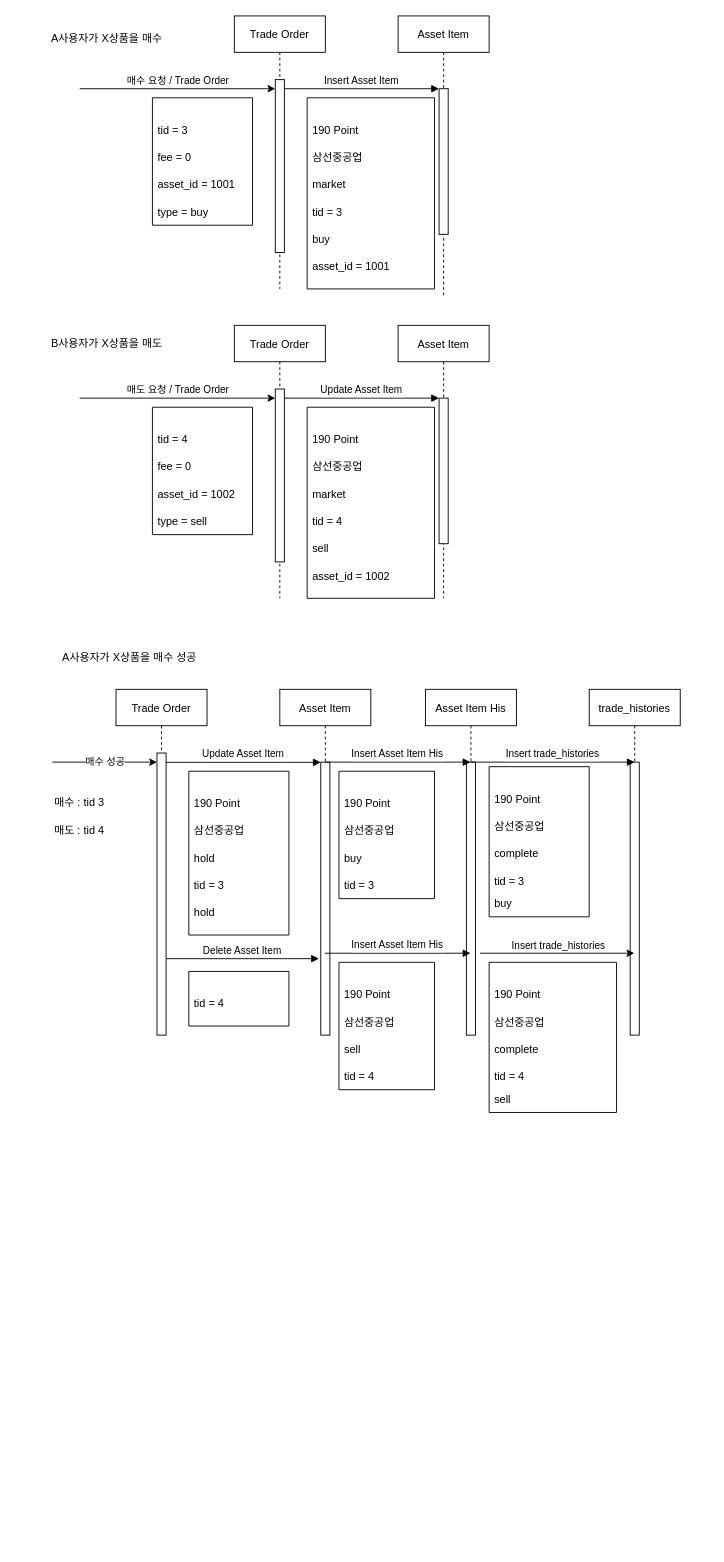
Above: Untitled Diagram.drawio in kimdongjang/simulate_invest (draw.io), before the change. Source tidied: cells renumbered, new cells numbered last; positions are measured from the earlier drawing's top-left corner, leaving out a move shared by most shapes. Both pictures are drawn from the tidied source at 91%, with x=0, y=0 at pixel (15, 15).
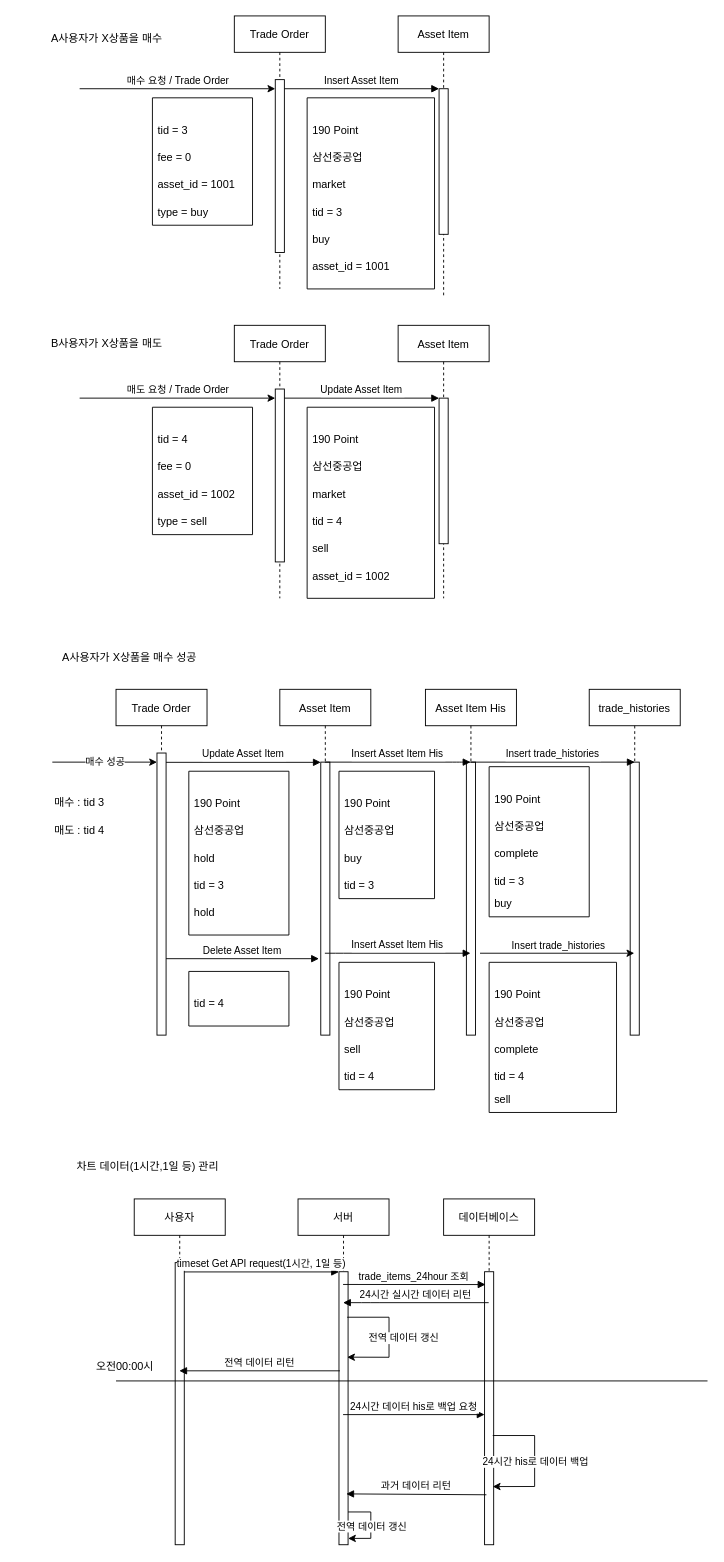
The same page after the edit.

Change to the diagram source:
```diff
@@
+    <mxCell id="89" value="사용자" style="shape=umlLifeline;perimeter=lifelinePerimeter;rounded=0;shadow=0;strokeWidth=1;" parent="1" vertex="1">
+      <mxGeometry x="130" y="1300" width="100" height="380" as="geometry" />
+    </mxCell>
+    <mxCell id="90" style="points=[];perimeter=orthogonalPerimeter;rounded=0;shadow=0;strokeWidth=1;" parent="89" vertex="1">
+      <mxGeometry x="45" y="70" width="10" height="310" as="geometry" />
+    </mxCell>
+    <mxCell id="91" value="서버" style="shape=umlLifeline;perimeter=lifelinePerimeter;rounded=0;shadow=0;strokeWidth=1;" parent="1" vertex="1">
+      <mxGeometry x="310" y="1300" width="100" height="380" as="geometry" />
+    </mxCell>
+    <mxCell id="92" style="points=[];perimeter=orthogonalPerimeter;rounded=0;shadow=0;strokeWidth=1;" parent="91" vertex="1">
+      <mxGeometry x="45" y="80" width="10" height="300" as="geometry" />
+    </mxCell>
+    <mxCell id="93" style="endArrow=classic;html=1;rounded=0;entryX=0.9;entryY=0.313;entryDx=0;entryDy=0;entryPerimeter=0;" parent="91" edge="1" target="92">
+      <mxGeometry relative="1" as="geometry">
+        <mxPoint x="54" y="130" as="sourcePoint" />
+        <Array as="points">
+          <mxPoint x="100" y="130" />
+          <mxPoint x="100" y="174" />
+        </Array>
+      </mxGeometry>
+    </mxCell>
+    <mxCell id="94" value="전역 데이터 갱신" style="edgeLabel;html=1;align=center;verticalAlign=middle;" parent="93" vertex="1">
+      <mxGeometry relative="1" as="geometry">
+        <mxPoint x="15" as="offset" />
+      </mxGeometry>
+    </mxCell>
+    <mxCell id="95" style="endArrow=classic;html=1;rounded=0;exitX=1;exitY=0.88;exitDx=0;exitDy=0;exitPerimeter=0;entryX=1;entryY=0.977;entryDx=0;entryDy=0;entryPerimeter=0;" parent="91" edge="1" source="92" target="92">
+      <mxGeometry relative="1" as="geometry">
+        <Array as="points">
+          <mxPoint x="80" y="344" />
+          <mxPoint x="80" y="373" />
+        </Array>
+      </mxGeometry>
+    </mxCell>
+    <mxCell id="96" value="전역 데이터 갱신" style="edgeLabel;html=1;align=center;verticalAlign=middle;" parent="95" vertex="1">
+      <mxGeometry relative="1" as="geometry" />
+    </mxCell>
+    <mxCell id="97" value="timeset Get API request(1시간, 1일 등)" style="verticalAlign=bottom;endArrow=block;shadow=0;strokeWidth=1;exitX=1;exitY=0.033;exitDx=0;exitDy=0;exitPerimeter=0;" parent="1" edge="1" source="90" target="92">
+      <mxGeometry relative="1" as="geometry" />
+    </mxCell>
+    <mxCell id="98" value="차트 데이터(1시간,1일 등) 관리" style="text;html=1;strokeColor=none;fillColor=none;align=center;verticalAlign=middle;whiteSpace=wrap;rounded=0;" parent="1" vertex="1">
+      <mxGeometry x="60" y="1250" width="170" height="30" as="geometry" />
+    </mxCell>
+    <mxCell id="99" value="데이터베이스" style="shape=umlLifeline;perimeter=lifelinePerimeter;rounded=0;shadow=0;strokeWidth=1;" parent="1" vertex="1">
+      <mxGeometry x="470" y="1300" width="100" height="380" as="geometry" />
+    </mxCell>
+    <mxCell id="100" style="points=[];perimeter=orthogonalPerimeter;rounded=0;shadow=0;strokeWidth=1;" parent="99" vertex="1">
+      <mxGeometry x="45" y="80" width="10" height="300" as="geometry" />
+    </mxCell>
+    <mxCell id="101" style="endArrow=classic;html=1;rounded=0;entryX=0.9;entryY=0.787;entryDx=0;entryDy=0;entryPerimeter=0;exitX=0.9;exitY=0.6;exitDx=0;exitDy=0;exitPerimeter=0;" parent="99" edge="1" source="100" target="100">
+      <mxGeometry relative="1" as="geometry">
+        <Array as="points">
+          <mxPoint x="100" y="260" />
+          <mxPoint x="100" y="316" />
+        </Array>
+      </mxGeometry>
+    </mxCell>
+    <mxCell id="102" value="24시간 his로 데이터 백업" style="edgeLabel;html=1;align=center;verticalAlign=middle;" parent="101" vertex="1">
+      <mxGeometry relative="1" as="geometry" />
+    </mxCell>
+    <mxCell id="103" value="24시간 데이터 his로 백업 요청" style="verticalAlign=bottom;endArrow=block;shadow=0;strokeWidth=1;" parent="1" edge="1" source="91" target="100">
+      <mxGeometry relative="1" as="geometry">
+        <Array as="points">
+          <mxPoint x="360" y="1537" />
+        </Array>
+      </mxGeometry>
+    </mxCell>
+    <mxCell id="104" value="24시간 실시간 데이터 리턴" style="verticalAlign=bottom;endArrow=block;shadow=0;strokeWidth=1;" parent="1" edge="1" source="99" target="91">
+      <mxGeometry relative="1" as="geometry">
+        <Array as="points">
+          <mxPoint x="390" y="1414" />
+        </Array>
+      </mxGeometry>
+    </mxCell>
+    <mxCell id="105" value="전역 데이터 리턴" style="verticalAlign=bottom;endArrow=block;shadow=0;strokeWidth=1;exitX=0.1;exitY=0.363;exitDx=0;exitDy=0;exitPerimeter=0;" parent="1" edge="1" source="92" target="89">
+      <mxGeometry relative="1" as="geometry" />
+    </mxCell>
+    <mxCell id="106" style="endArrow=none;html=1;rounded=0;" parent="1" edge="1">
+      <mxGeometry relative="1" as="geometry">
+        <mxPoint x="110" y="1500" as="sourcePoint" />
+        <mxPoint x="760" y="1500" as="targetPoint" />
+      </mxGeometry>
+    </mxCell>
+    <mxCell id="107" value="오전00:00시" style="text;html=1;strokeColor=none;fillColor=none;align=center;verticalAlign=middle;whiteSpace=wrap;rounded=0;" parent="1" vertex="1">
+      <mxGeometry x="80" y="1470" width="80" height="30" as="geometry" />
+    </mxCell>
+    <mxCell id="108" value="trade_items_24hour 조회" style="verticalAlign=bottom;endArrow=block;shadow=0;strokeWidth=1;entryX=0.1;entryY=0.047;entryDx=0;entryDy=0;entryPerimeter=0;" parent="1" edge="1" source="91" target="100">
+      <mxGeometry relative="1" as="geometry">
+        <Array as="points">
+          <mxPoint x="360" y="1394" />
+        </Array>
+      </mxGeometry>
+    </mxCell>
+    <mxCell id="109" value="과거 데이터 리턴" style="verticalAlign=bottom;endArrow=block;shadow=0;strokeWidth=1;exitX=0.2;exitY=0.817;exitDx=0;exitDy=0;exitPerimeter=0;entryX=0.53;entryY=0.853;entryDx=0;entryDy=0;entryPerimeter=0;" parent="1" edge="1" source="100" target="91">
+      <mxGeometry relative="1" as="geometry" />
+    </mxCell>
```
